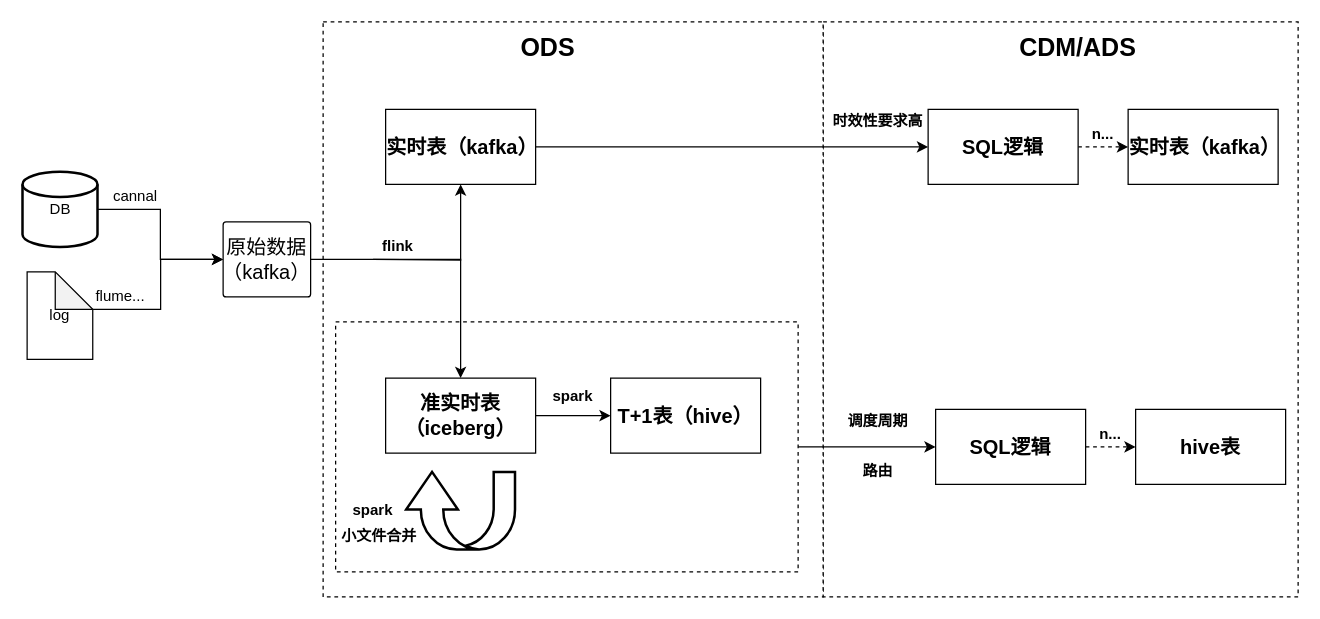
Earlier version of the draw.io diagram mt流批一体.drawio (mineminemine123/work-wiki). Source tidied: cells renumbered, new cells numbered last; positions are measured from the earlier drawing's top-left corner, leaving out a move shared by most shapes. Both pictures are drawn from the tidied source at 125%, with x=0, y=0 at pixel (22, 21).
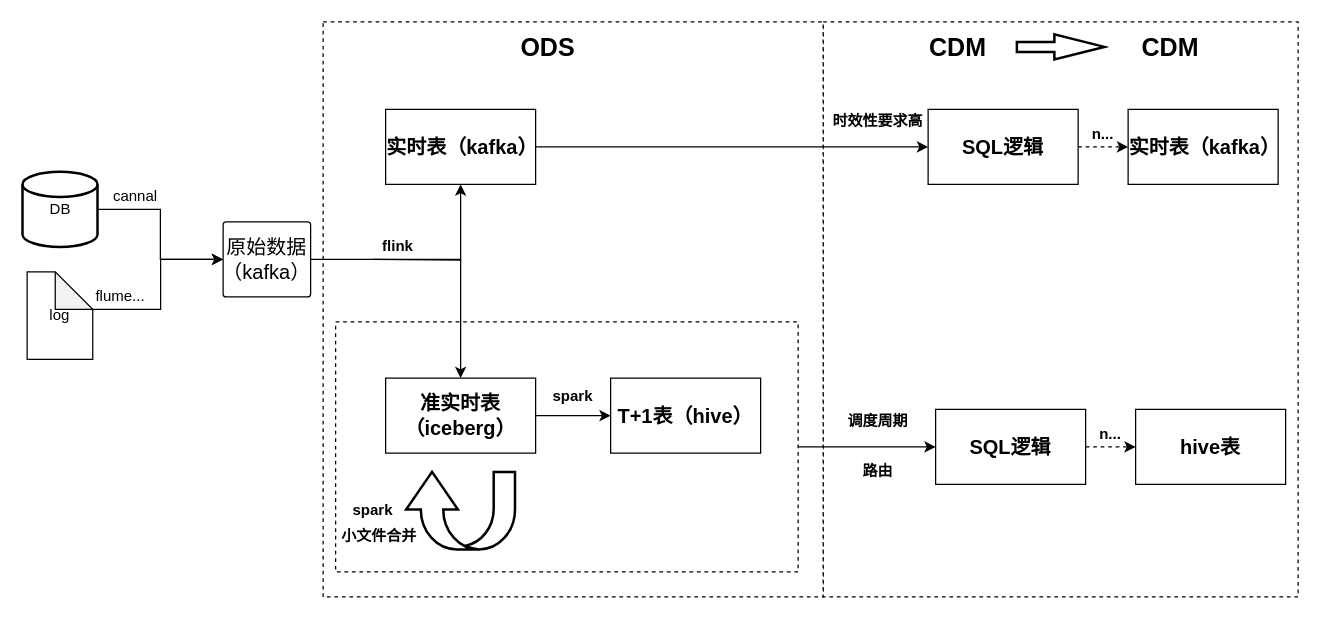
The same page after the edit.

Commit message (it also covers changes not shown here):
更新mt流批一体.drawio

What changed in the source:
```diff
@@
-    <mxCell id="32" value="CDM/ADS" style="text;html=1;strokeColor=none;fillColor=none;align=center;verticalAlign=middle;whiteSpace=wrap;rounded=0;fontStyle=1;fontSize=20;" parent="1" vertex="1">
-      <mxGeometry x="794" y="10" width="100" height="20" as="geometry" />
+    <mxCell id="32" value="CDM" style="text;html=1;strokeColor=none;fillColor=none;align=center;verticalAlign=middle;whiteSpace=wrap;rounded=0;fontStyle=1;fontSize=20;" parent="1" vertex="1">
+      <mxGeometry x="680" y="10" width="136" height="20" as="geometry" />
     </mxCell>
@@
+    <mxCell id="38" style="verticalLabelPosition=bottom;verticalAlign=top;html=1;strokeWidth=2;shape=mxgraph.arrows2.arrow;dy=0.6;dx=40;notch=0;" parent="1" vertex="1">
+      <mxGeometry x="795" y="10" width="70" height="20" as="geometry" />
+    </mxCell>
+    <mxCell id="39" value="CDM" style="text;html=1;strokeColor=none;fillColor=none;align=center;verticalAlign=middle;whiteSpace=wrap;rounded=0;fontStyle=1;fontSize=20;" parent="1" vertex="1">
+      <mxGeometry x="850" y="10" width="136" height="20" as="geometry" />
+    </mxCell>
```
